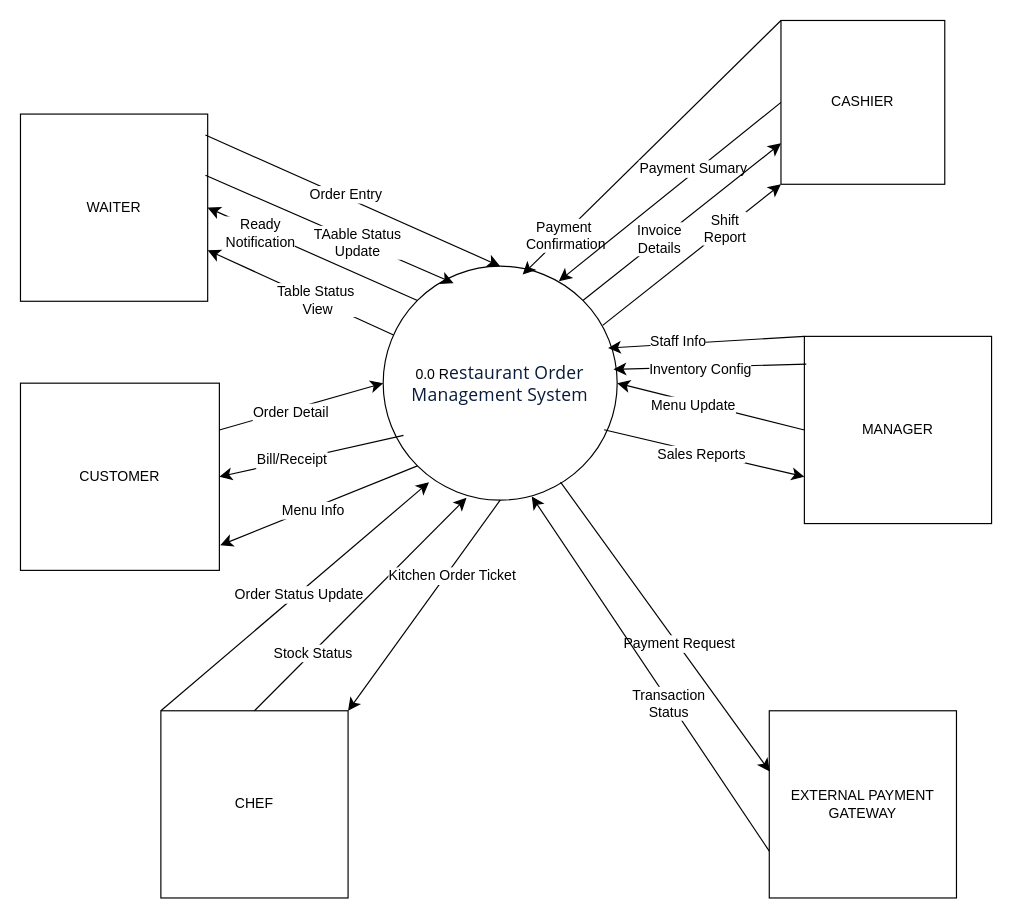
Above: nhom3_dfd_lv0.drawio in huyoniichannuwu/Restaurant-Management-Group-Project (draw.io), before the change. Source tidied: cells renumbered, new cells numbered last; positions are measured from the earlier drawing's top-left corner, leaving out a move shared by most shapes. Both pictures are drawn from the tidied source at 117%, with x=0, y=0 at pixel (20, 20).
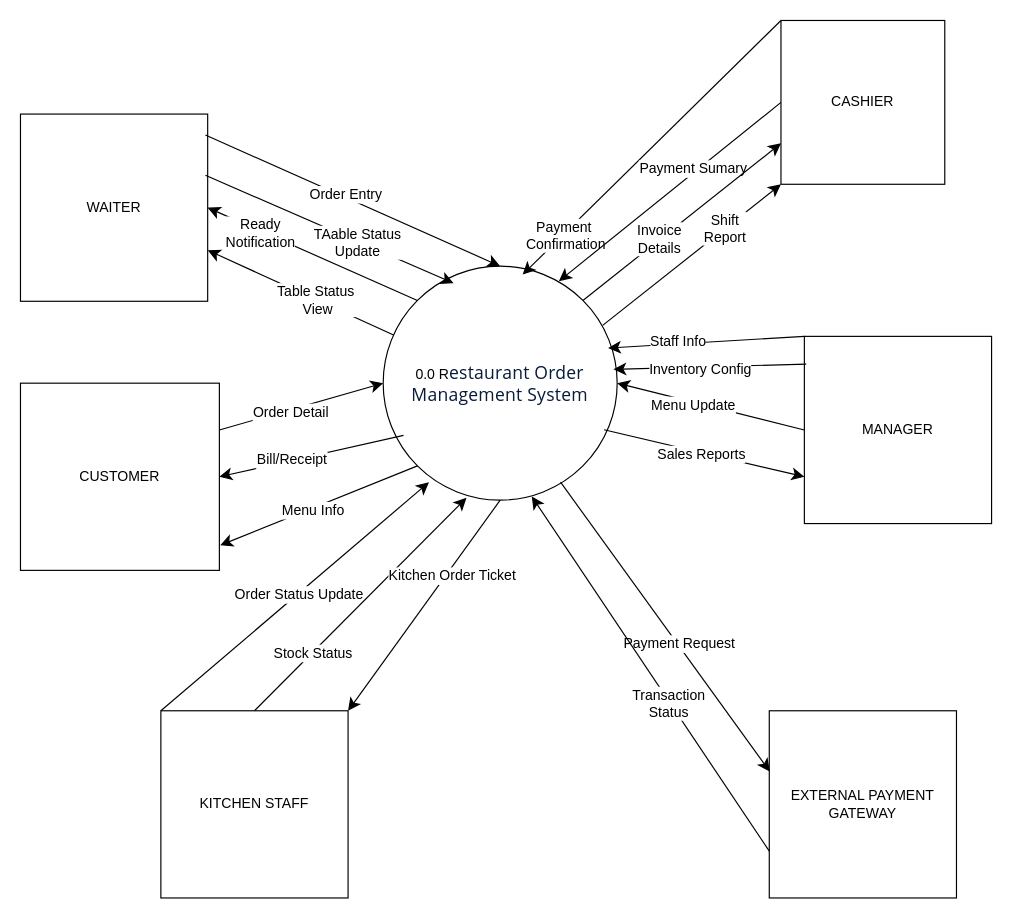
The same page after the edit.

Commit message:
* change chef to kitchen staff

Change to the diagram source:
```diff
@@
-    <mxCell id="4" value="CHEF" style="rounded=0;whiteSpace=wrap;html=1;" parent="1" vertex="1">
+    <mxCell id="4" value="KITCHEN STAFF" style="rounded=0;whiteSpace=wrap;html=1;" parent="1" vertex="1">
       <mxGeometry x="120" y="590" width="160" height="160" as="geometry" />
     </mxCell>
```
